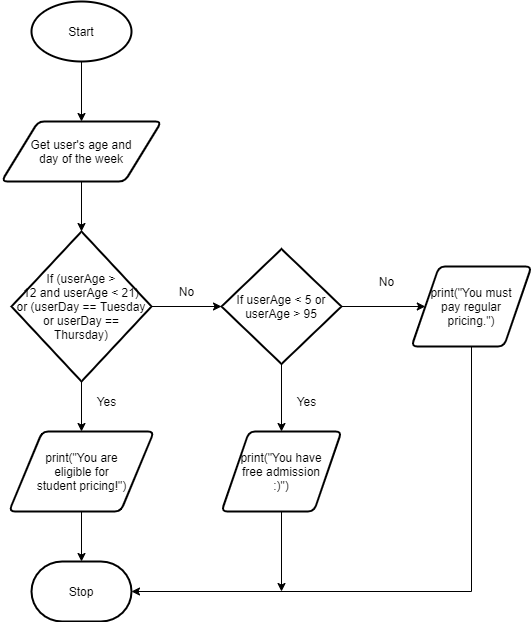
Above: ICS2O-Unit5-04-Compound_Conditionals.png in Infinity-deGuzman/ICS2O-Unit5-04-HTML-Compound_Conditionals (draw.io), before the change. Source tidied: cells renumbered, new cells last; positions are measured from the earlier drawing's top-left corner, leaving out a move shared by most shapes. The source it was exported from:
```xml
<mxGraphModel>
  <root>
    <mxCell id="0" />
    <mxCell id="1" parent="0" />
    <mxCell id="2" style="edgeStyle=orthogonalEdgeStyle;rounded=0;jettySize=auto;html=1;exitX=0.5;exitY=1;exitDx=0;exitDy=0;exitPerimeter=0;entryX=0.5;entryY=0;entryDx=0;entryDy=0;" parent="1" edge="1" source="3" target="5">
      <mxGeometry relative="1" as="geometry" />
    </mxCell>
    <mxCell id="3" value="Start" style="strokeWidth=2;html=1;shape=mxgraph.flowchart.start_1;whiteSpace=wrap;" parent="1" vertex="1">
      <mxGeometry x="30" width="100" height="60" as="geometry" />
    </mxCell>
    <mxCell id="4" style="edgeStyle=orthogonalEdgeStyle;rounded=0;jettySize=auto;html=1;exitX=0.5;exitY=1;exitDx=0;exitDy=0;entryX=0.5;entryY=0;entryDx=0;entryDy=0;entryPerimeter=0;" parent="1" edge="1" source="5" target="8">
      <mxGeometry relative="1" as="geometry" />
    </mxCell>
    <mxCell id="5" value="Get user's age and&lt;br&gt;day of the week" style="shape=parallelogram;html=1;strokeWidth=2;perimeter=parallelogramPerimeter;whiteSpace=wrap;rounded=1;arcSize=12;size=0.23;" parent="1" vertex="1">
      <mxGeometry y="120" width="160" height="60" as="geometry" />
    </mxCell>
    <mxCell id="6" style="edgeStyle=orthogonalEdgeStyle;rounded=0;jettySize=auto;html=1;exitX=0.5;exitY=1;exitDx=0;exitDy=0;exitPerimeter=0;entryX=0.5;entryY=0;entryDx=0;entryDy=0;" parent="1" edge="1" source="8" target="10">
      <mxGeometry relative="1" as="geometry" />
    </mxCell>
    <mxCell id="7" style="edgeStyle=orthogonalEdgeStyle;rounded=0;jettySize=auto;html=1;exitX=1;exitY=0.5;exitDx=0;exitDy=0;exitPerimeter=0;entryX=0;entryY=0.5;entryDx=0;entryDy=0;entryPerimeter=0;" parent="1" edge="1" source="8" target="15">
      <mxGeometry relative="1" as="geometry" />
    </mxCell>
    <mxCell id="8" value="If (userAge &amp;gt;&lt;br&gt;12 and userAge &amp;lt; 21)&lt;br&gt;or (userDay == Tuesday&lt;br&gt;or userDay ==&lt;br&gt;Thursday)" style="strokeWidth=2;html=1;shape=mxgraph.flowchart.decision;whiteSpace=wrap;" parent="1" vertex="1">
      <mxGeometry x="10" y="230" width="140" height="150" as="geometry" />
    </mxCell>
    <mxCell id="9" style="edgeStyle=orthogonalEdgeStyle;rounded=0;jettySize=auto;html=1;exitX=0.5;exitY=1;exitDx=0;exitDy=0;entryX=0.5;entryY=0;entryDx=0;entryDy=0;entryPerimeter=0;" parent="1" edge="1" source="10" target="12">
      <mxGeometry relative="1" as="geometry" />
    </mxCell>
    <mxCell id="10" value="print(&quot;You are&lt;br&gt;eligible for&lt;br&gt;student pricing!&quot;)" style="shape=parallelogram;html=1;strokeWidth=2;perimeter=parallelogramPerimeter;whiteSpace=wrap;rounded=1;arcSize=12;size=0.23;" parent="1" vertex="1">
      <mxGeometry x="7.5" y="430" width="145" height="80" as="geometry" />
    </mxCell>
    <mxCell id="11" value="Yes" style="text;html=1;align=center;verticalAlign=middle;fillColor=none;strokeColor=none;rounded=0;" parent="1" vertex="1">
      <mxGeometry x="90" y="390" width="30" height="20" as="geometry" />
    </mxCell>
    <mxCell id="12" value="Stop" style="strokeWidth=2;html=1;shape=mxgraph.flowchart.terminator;whiteSpace=wrap;" parent="1" vertex="1">
      <mxGeometry x="30" y="560" width="100" height="60" as="geometry" />
    </mxCell>
    <mxCell id="13" style="edgeStyle=orthogonalEdgeStyle;rounded=0;jettySize=auto;html=1;exitX=0.5;exitY=1;exitDx=0;exitDy=0;exitPerimeter=0;entryX=0.5;entryY=0;entryDx=0;entryDy=0;" parent="1" edge="1" source="15" target="18">
      <mxGeometry relative="1" as="geometry" />
    </mxCell>
    <mxCell id="14" style="edgeStyle=orthogonalEdgeStyle;rounded=0;jettySize=auto;html=1;exitX=1;exitY=0.5;exitDx=0;exitDy=0;exitPerimeter=0;entryX=0;entryY=0.5;entryDx=0;entryDy=0;" parent="1" edge="1" source="15" target="21">
      <mxGeometry relative="1" as="geometry" />
    </mxCell>
    <mxCell id="15" value="If userAge &amp;lt; 5 or userAge &amp;gt; 95" style="strokeWidth=2;html=1;shape=mxgraph.flowchart.decision;whiteSpace=wrap;" parent="1" vertex="1">
      <mxGeometry x="220" y="247.5" width="120" height="115" as="geometry" />
    </mxCell>
    <mxCell id="16" value="No" style="text;html=1;align=center;verticalAlign=middle;fillColor=none;strokeColor=none;rounded=0;" parent="1" vertex="1">
      <mxGeometry x="170" y="280" width="30" height="20" as="geometry" />
    </mxCell>
    <mxCell id="17" style="edgeStyle=orthogonalEdgeStyle;rounded=0;jettySize=auto;html=1;exitX=0.5;exitY=1;exitDx=0;exitDy=0;" parent="1" edge="1" source="18">
      <mxGeometry relative="1" as="geometry">
        <mxPoint x="280" y="590" as="targetPoint" />
      </mxGeometry>
    </mxCell>
    <mxCell id="18" value="print(&quot;You have&lt;br&gt;free admission&lt;br&gt;:)&quot;)" style="shape=parallelogram;html=1;strokeWidth=2;perimeter=parallelogramPerimeter;whiteSpace=wrap;rounded=1;arcSize=12;size=0.23;" parent="1" vertex="1">
      <mxGeometry x="220" y="430" width="120" height="80" as="geometry" />
    </mxCell>
    <mxCell id="19" value="Yes" style="text;html=1;align=center;verticalAlign=middle;fillColor=none;strokeColor=none;rounded=0;" parent="1" vertex="1">
      <mxGeometry x="290" y="390" width="30" height="20" as="geometry" />
    </mxCell>
    <mxCell id="20" style="edgeStyle=orthogonalEdgeStyle;rounded=0;jettySize=auto;html=1;exitX=0.5;exitY=1;exitDx=0;exitDy=0;entryX=1;entryY=0.5;entryDx=0;entryDy=0;entryPerimeter=0;" parent="1" edge="1" source="21" target="12">
      <mxGeometry relative="1" as="geometry" />
    </mxCell>
    <mxCell id="21" value="print(&quot;You must&lt;br&gt;pay regular&lt;br&gt;pricing.&quot;)" style="shape=parallelogram;html=1;strokeWidth=2;perimeter=parallelogramPerimeter;whiteSpace=wrap;rounded=1;arcSize=12;size=0.23;" parent="1" vertex="1">
      <mxGeometry x="410" y="265" width="120" height="80" as="geometry" />
    </mxCell>
    <mxCell id="22" value="No" style="text;html=1;align=center;verticalAlign=middle;fillColor=none;strokeColor=none;rounded=0;" parent="1" vertex="1">
      <mxGeometry x="370" y="270" width="30" height="20" as="geometry" />
    </mxCell>
  </root>
</mxGraphModel>
```
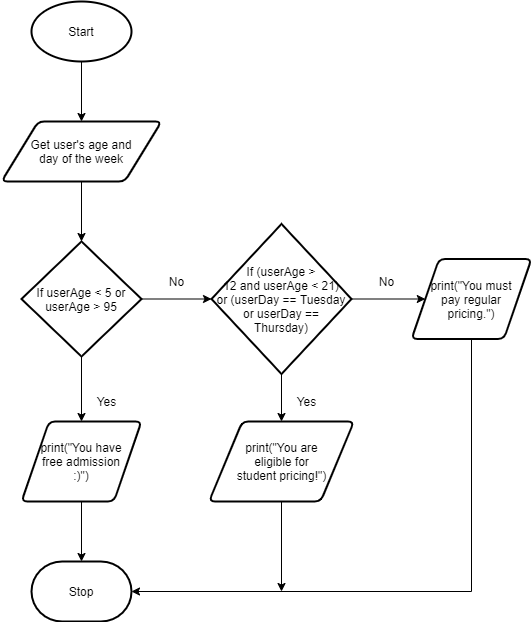
Above is the later version.

What changed in the source:
```diff
@@ -8,26 +8,28 @@
     <mxCell id="3" value="Start" style="strokeWidth=2;html=1;shape=mxgraph.flowchart.start_1;whiteSpace=wrap;" parent="1" vertex="1">
       <mxGeometry x="30" width="100" height="60" as="geometry" />
     </mxCell>
-    <mxCell id="4" style="edgeStyle=orthogonalEdgeStyle;rounded=0;jettySize=auto;html=1;exitX=0.5;exitY=1;exitDx=0;exitDy=0;entryX=0.5;entryY=0;entryDx=0;entryDy=0;entryPerimeter=0;" parent="1" edge="1" source="5" target="8">
-      <mxGeometry relative="1" as="geometry" />
-    </mxCell>
+    <mxCell id="23" style="edgeStyle=orthogonalEdgeStyle;rounded=0;jettySize=auto;html=1;exitX=0.5;exitY=1;exitDx=0;exitDy=0;" parent="1" edge="1" source="5" target="15">
+      <mxGeometry relative="1" as="geometry" />
+    </mxCell>
     <mxCell id="5" value="Get user's age and&lt;br&gt;day of the week" style="shape=parallelogram;html=1;strokeWidth=2;perimeter=parallelogramPerimeter;whiteSpace=wrap;rounded=1;arcSize=12;size=0.23;" parent="1" vertex="1">
       <mxGeometry y="120" width="160" height="60" as="geometry" />
     </mxCell>
+    <mxCell id="24" style="edgeStyle=orthogonalEdgeStyle;rounded=0;jettySize=auto;html=1;exitX=1;exitY=0.5;exitDx=0;exitDy=0;exitPerimeter=0;entryX=0;entryY=0.5;entryDx=0;entryDy=0;" parent="1" edge="1" source="8" target="21">
+      <mxGeometry relative="1" as="geometry" />
+    </mxCell>
     <mxCell id="6" style="edgeStyle=orthogonalEdgeStyle;rounded=0;jettySize=auto;html=1;exitX=0.5;exitY=1;exitDx=0;exitDy=0;exitPerimeter=0;entryX=0.5;entryY=0;entryDx=0;entryDy=0;" parent="1" edge="1" source="8" target="10">
       <mxGeometry relative="1" as="geometry" />
     </mxCell>
-    <mxCell id="7" style="edgeStyle=orthogonalEdgeStyle;rounded=0;jettySize=auto;html=1;exitX=1;exitY=0.5;exitDx=0;exitDy=0;exitPerimeter=0;entryX=0;entryY=0.5;entryDx=0;entryDy=0;entryPerimeter=0;" parent="1" edge="1" source="8" target="15">
-      <mxGeometry relative="1" as="geometry" />
-    </mxCell>
     <mxCell id="8" value="If (userAge &amp;gt;&lt;br&gt;12 and userAge &amp;lt; 21)&lt;br&gt;or (userDay == Tuesday&lt;br&gt;or userDay ==&lt;br&gt;Thursday)" style="strokeWidth=2;html=1;shape=mxgraph.flowchart.decision;whiteSpace=wrap;" parent="1" vertex="1">
-      <mxGeometry x="10" y="230" width="140" height="150" as="geometry" />
+      <mxGeometry x="210" y="222.5" width="140" height="150" as="geometry" />
     </mxCell>
-    <mxCell id="9" style="edgeStyle=orthogonalEdgeStyle;rounded=0;jettySize=auto;html=1;exitX=0.5;exitY=1;exitDx=0;exitDy=0;entryX=0.5;entryY=0;entryDx=0;entryDy=0;entryPerimeter=0;" parent="1" edge="1" source="10" target="12">
-      <mxGeometry relative="1" as="geometry" />
-    </mxCell>
+    <mxCell id="25" style="edgeStyle=orthogonalEdgeStyle;rounded=0;jettySize=auto;html=1;exitX=0.5;exitY=1;exitDx=0;exitDy=0;" parent="1" edge="1" source="10">
+      <mxGeometry relative="1" as="geometry">
+        <mxPoint x="280" y="590" as="targetPoint" />
+      </mxGeometry>
+    </mxCell>
     <mxCell id="10" value="print(&quot;You are&lt;br&gt;eligible for&lt;br&gt;student pricing!&quot;)" style="shape=parallelogram;html=1;strokeWidth=2;perimeter=parallelogramPerimeter;whiteSpace=wrap;rounded=1;arcSize=12;size=0.23;" parent="1" vertex="1">
-      <mxGeometry x="7.5" y="430" width="145" height="80" as="geometry" />
+      <mxGeometry x="207.5" y="420" width="145" height="80" as="geometry" />
     </mxCell>
     <mxCell id="11" value="Yes" style="text;html=1;align=center;verticalAlign=middle;fillColor=none;strokeColor=none;rounded=0;" parent="1" vertex="1">
       <mxGeometry x="90" y="390" width="30" height="20" as="geometry" />
@@ -35,25 +37,23 @@
     <mxCell id="12" value="Stop" style="strokeWidth=2;html=1;shape=mxgraph.flowchart.terminator;whiteSpace=wrap;" parent="1" vertex="1">
       <mxGeometry x="30" y="560" width="100" height="60" as="geometry" />
     </mxCell>
+    <mxCell id="26" style="edgeStyle=orthogonalEdgeStyle;rounded=0;jettySize=auto;html=1;exitX=1;exitY=0.5;exitDx=0;exitDy=0;exitPerimeter=0;entryX=0;entryY=0.5;entryDx=0;entryDy=0;entryPerimeter=0;" parent="1" edge="1" source="15" target="8">
+      <mxGeometry relative="1" as="geometry" />
+    </mxCell>
     <mxCell id="13" style="edgeStyle=orthogonalEdgeStyle;rounded=0;jettySize=auto;html=1;exitX=0.5;exitY=1;exitDx=0;exitDy=0;exitPerimeter=0;entryX=0.5;entryY=0;entryDx=0;entryDy=0;" parent="1" edge="1" source="15" target="18">
       <mxGeometry relative="1" as="geometry" />
     </mxCell>
-    <mxCell id="14" style="edgeStyle=orthogonalEdgeStyle;rounded=0;jettySize=auto;html=1;exitX=1;exitY=0.5;exitDx=0;exitDy=0;exitPerimeter=0;entryX=0;entryY=0.5;entryDx=0;entryDy=0;" parent="1" edge="1" source="15" target="21">
-      <mxGeometry relative="1" as="geometry" />
-    </mxCell>
     <mxCell id="15" value="If userAge &amp;lt; 5 or userAge &amp;gt; 95" style="strokeWidth=2;html=1;shape=mxgraph.flowchart.decision;whiteSpace=wrap;" parent="1" vertex="1">
-      <mxGeometry x="220" y="247.5" width="120" height="115" as="geometry" />
+      <mxGeometry x="20" y="240" width="120" height="115" as="geometry" />
     </mxCell>
     <mxCell id="16" value="No" style="text;html=1;align=center;verticalAlign=middle;fillColor=none;strokeColor=none;rounded=0;" parent="1" vertex="1">
-      <mxGeometry x="170" y="280" width="30" height="20" as="geometry" />
+      <mxGeometry x="160" y="270" width="30" height="20" as="geometry" />
     </mxCell>
-    <mxCell id="17" style="edgeStyle=orthogonalEdgeStyle;rounded=0;jettySize=auto;html=1;exitX=0.5;exitY=1;exitDx=0;exitDy=0;" parent="1" edge="1" source="18">
-      <mxGeometry relative="1" as="geometry">
-        <mxPoint x="280" y="590" as="targetPoint" />
-      </mxGeometry>
-    </mxCell>
+    <mxCell id="27" style="edgeStyle=orthogonalEdgeStyle;rounded=0;jettySize=auto;html=1;exitX=0.5;exitY=1;exitDx=0;exitDy=0;entryX=0.5;entryY=0;entryDx=0;entryDy=0;entryPerimeter=0;" parent="1" edge="1" source="18" target="12">
+      <mxGeometry relative="1" as="geometry" />
+    </mxCell>
     <mxCell id="18" value="print(&quot;You have&lt;br&gt;free admission&lt;br&gt;:)&quot;)" style="shape=parallelogram;html=1;strokeWidth=2;perimeter=parallelogramPerimeter;whiteSpace=wrap;rounded=1;arcSize=12;size=0.23;" parent="1" vertex="1">
-      <mxGeometry x="220" y="430" width="120" height="80" as="geometry" />
+      <mxGeometry x="20" y="420" width="120" height="80" as="geometry" />
     </mxCell>
     <mxCell id="19" value="Yes" style="text;html=1;align=center;verticalAlign=middle;fillColor=none;strokeColor=none;rounded=0;" parent="1" vertex="1">
       <mxGeometry x="290" y="390" width="30" height="20" as="geometry" />
@@ -62,7 +62,7 @@
       <mxGeometry relative="1" as="geometry" />
     </mxCell>
     <mxCell id="21" value="print(&quot;You must&lt;br&gt;pay regular&lt;br&gt;pricing.&quot;)" style="shape=parallelogram;html=1;strokeWidth=2;perimeter=parallelogramPerimeter;whiteSpace=wrap;rounded=1;arcSize=12;size=0.23;" parent="1" vertex="1">
-      <mxGeometry x="410" y="265" width="120" height="80" as="geometry" />
+      <mxGeometry x="410" y="257.5" width="120" height="80" as="geometry" />
     </mxCell>
     <mxCell id="22" value="No" style="text;html=1;align=center;verticalAlign=middle;fillColor=none;strokeColor=none;rounded=0;" parent="1" vertex="1">
       <mxGeometry x="370" y="270" width="30" height="20" as="geometry" />
```
